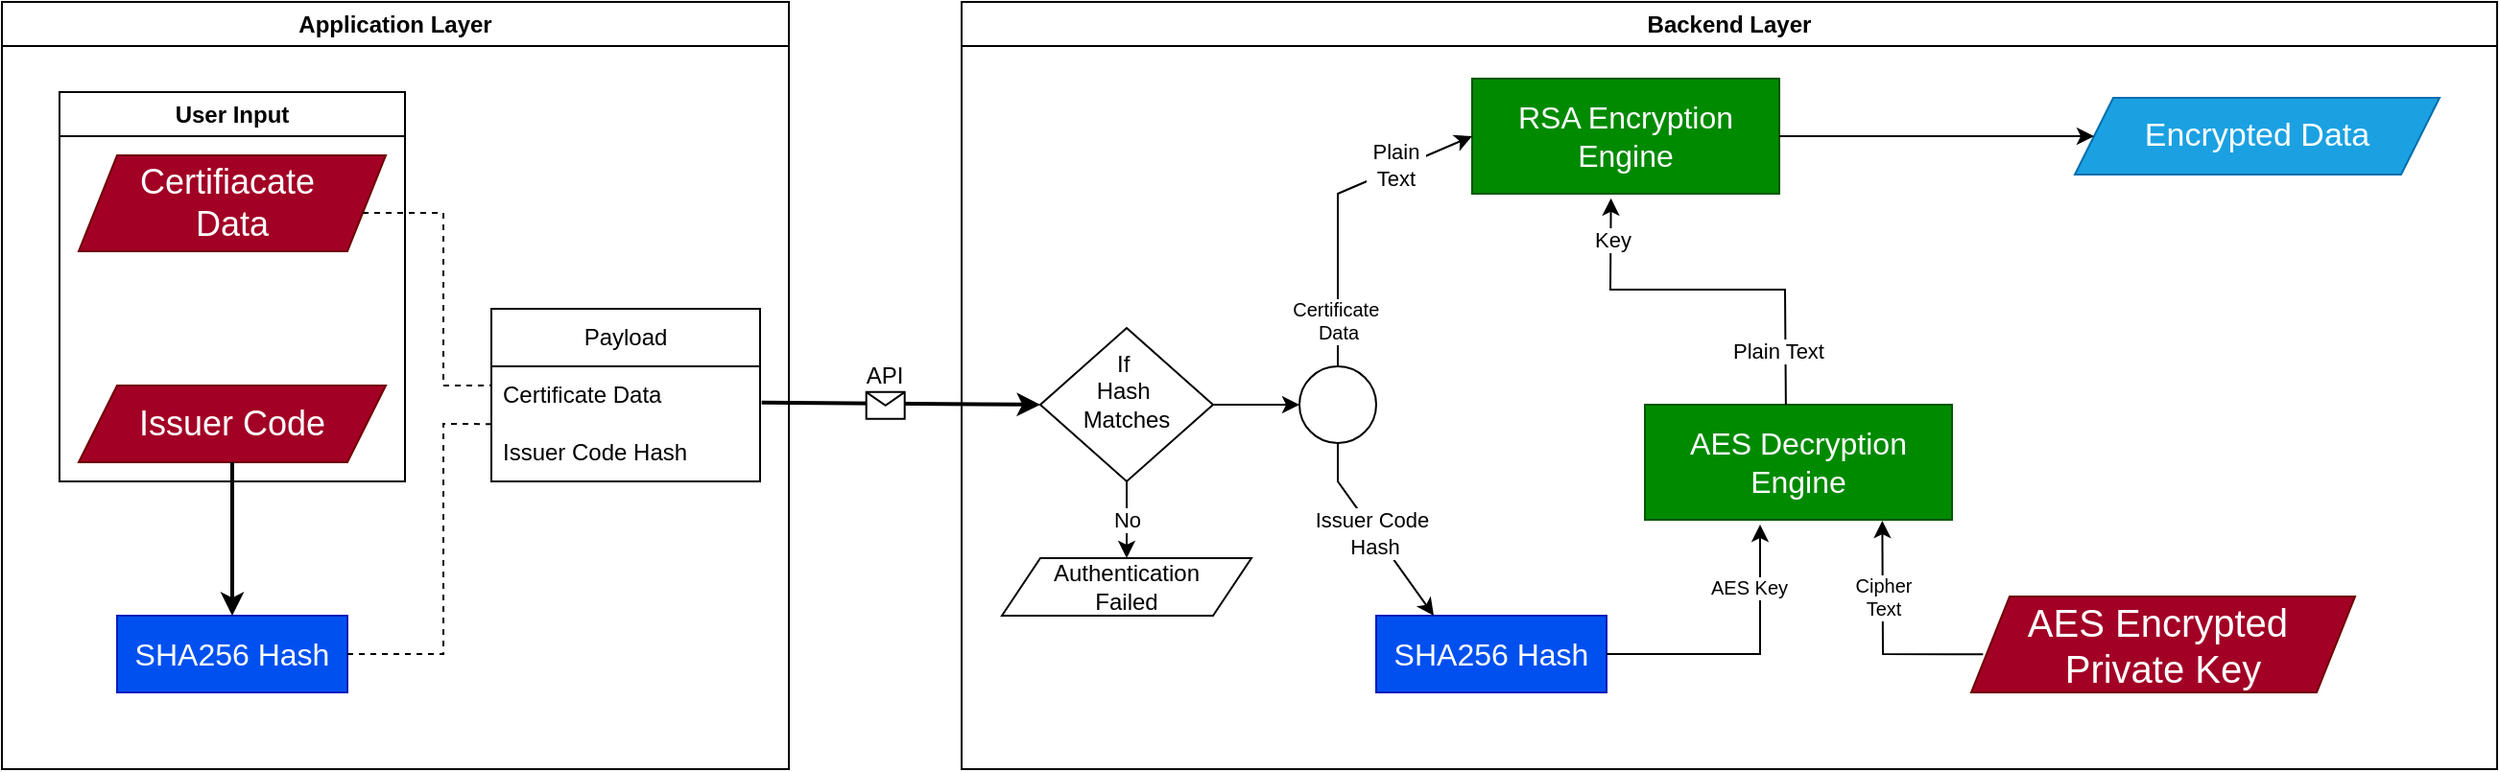
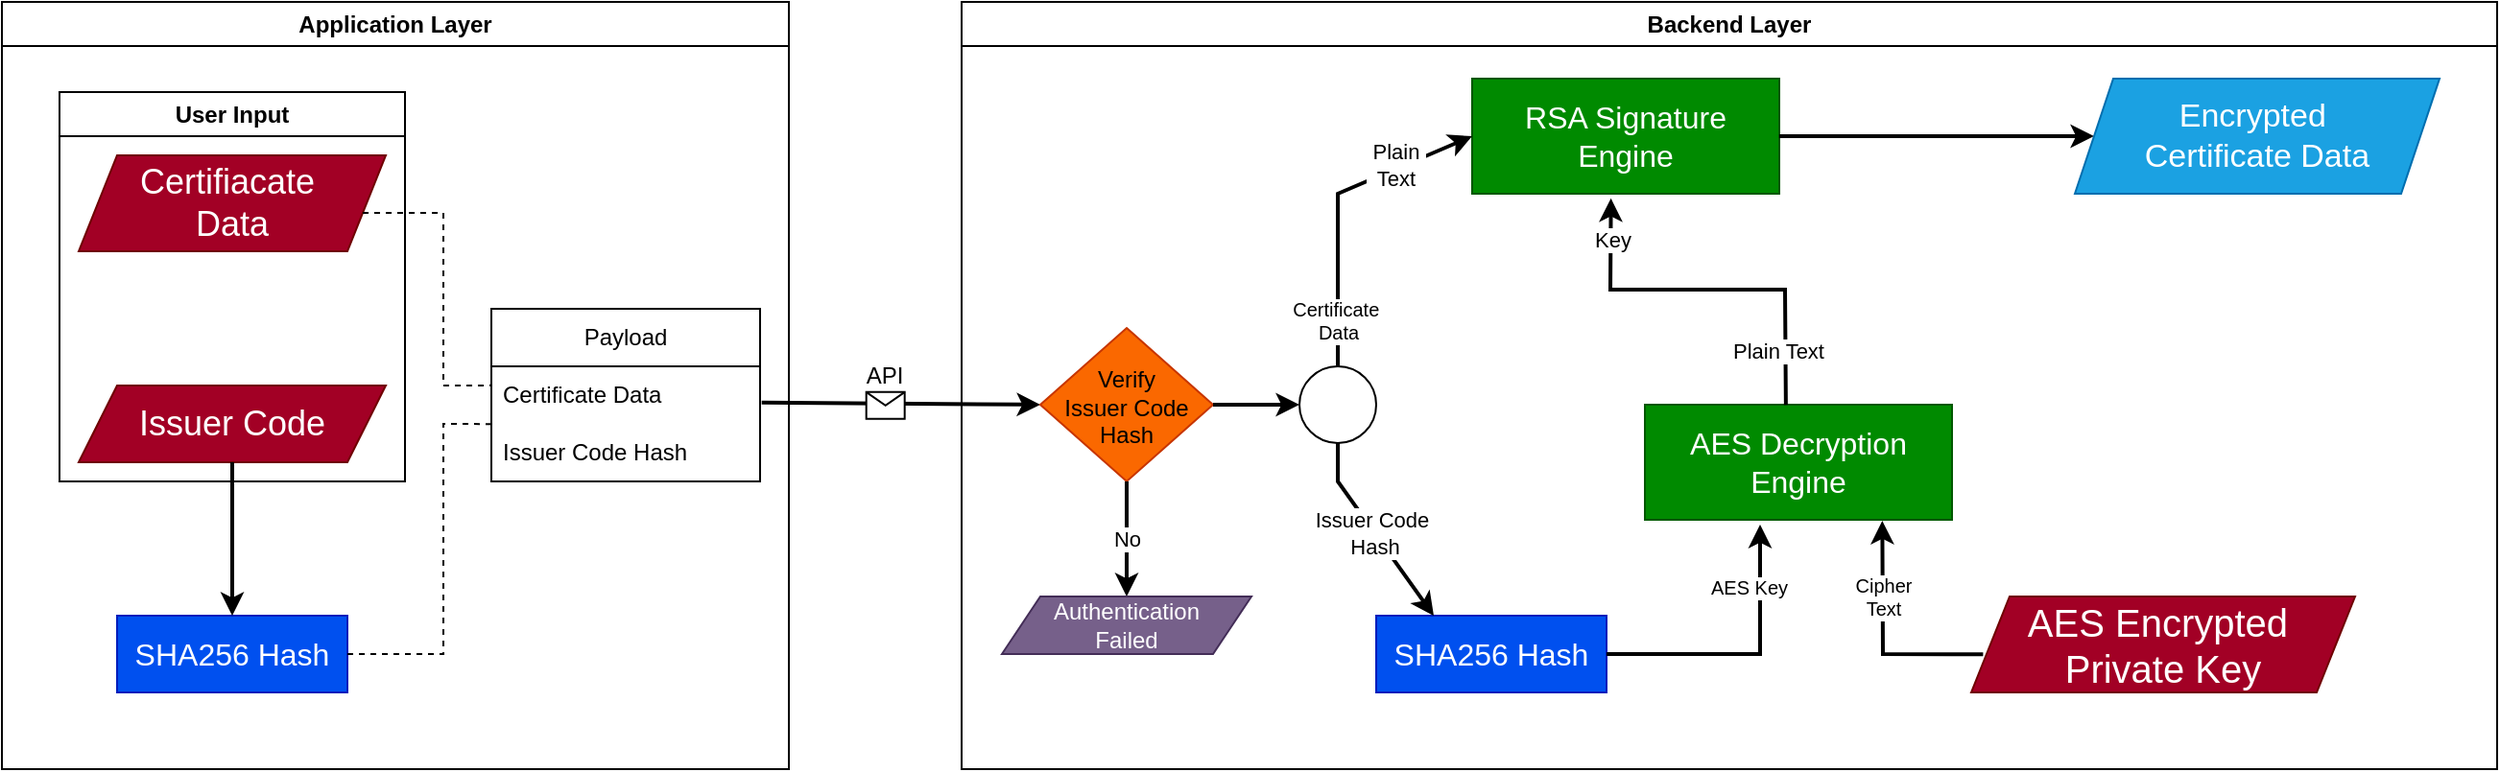
<mxfile host="app.diagrams.net">
  <diagram name="Page-1" id="N9L7ji4iCpVnkwVZpI6Y">
    <mxGraphModel dx="1363" dy="707" grid="1" gridSize="10" guides="1" tooltips="1" connect="1" arrows="1" fold="1" page="1" pageScale="1" pageWidth="850" pageHeight="1100" math="0" shadow="0">
      <root>
        <mxCell id="0" />
        <mxCell id="1" parent="0" />
        <mxCell id="EexKsB5XLEaJHyHk4xRm-2" parent="1" style="rounded=0;whiteSpace=wrap;html=1;fillColor=#0050ef;fontColor=#ffffff;strokeColor=#001DBC;" value="&lt;font style=&quot;font-size: 16px;&quot;&gt;SHA256 Hash&lt;/font&gt;" vertex="1">
          <mxGeometry height="40" width="120" x="80" y="440" as="geometry" />
        </mxCell>
-         <mxCell id="EexKsB5XLEaJHyHk4xRm-4" parent="1" style="shape=parallelogram;perimeter=parallelogramPerimeter;whiteSpace=wrap;html=1;fixedSize=1;fillColor=#1ba1e2;fontColor=#ffffff;strokeColor=#006EAF;" value="&lt;font style=&quot;font-size: 17px;&quot;&gt;Encrypted Data&lt;/font&gt;" vertex="1">
-           <mxGeometry height="40" width="190" x="1100" y="170" as="geometry" />
-         </mxCell>
-         <mxCell id="EexKsB5XLEaJHyHk4xRm-7" parent="1" style="rounded=0;whiteSpace=wrap;html=1;fillColor=#008a00;fontColor=#ffffff;strokeColor=#005700;" value="&lt;font style=&quot;font-size: 16px;&quot;&gt;RSA Encryption&lt;/font&gt;&lt;div&gt;&lt;font style=&quot;font-size: 16px;&quot;&gt;Engine&lt;/font&gt;&lt;/div&gt;" vertex="1">
+         <mxCell id="EexKsB5XLEaJHyHk4xRm-7" parent="1" style="rounded=0;whiteSpace=wrap;html=1;fillColor=#008a00;fontColor=#ffffff;strokeColor=#005700;" value="&lt;font style=&quot;font-size: 16px;&quot;&gt;RSA Signature&lt;/font&gt;&lt;div&gt;&lt;font style=&quot;font-size: 16px;&quot;&gt;Engine&lt;/font&gt;&lt;/div&gt;" vertex="1">
          <mxGeometry height="60" width="160" x="786" y="160" as="geometry" />
        </mxCell>
        <mxCell id="EexKsB5XLEaJHyHk4xRm-8" parent="1" style="rounded=0;whiteSpace=wrap;html=1;fillColor=#0050ef;fontColor=#ffffff;strokeColor=#001DBC;" value="&lt;font style=&quot;font-size: 16px;&quot;&gt;SHA256 Hash&lt;/font&gt;" vertex="1">
          <mxGeometry height="40" width="120" x="736" y="440" as="geometry" />
        </mxCell>
        <mxCell id="EexKsB5XLEaJHyHk4xRm-9" parent="1" style="rounded=0;whiteSpace=wrap;html=1;fillColor=#008a00;fontColor=#ffffff;strokeColor=#005700;" value="&lt;font style=&quot;font-size: 16px;&quot;&gt;AES Decryption&lt;/font&gt;&lt;div&gt;&lt;font style=&quot;font-size: 16px;&quot;&gt;Engine&lt;/font&gt;&lt;/div&gt;" vertex="1">
          <mxGeometry height="60" width="160" x="876" y="330" as="geometry" />
        </mxCell>
        <mxCell id="EexKsB5XLEaJHyHk4xRm-10" parent="1" style="shape=parallelogram;perimeter=parallelogramPerimeter;whiteSpace=wrap;html=1;fixedSize=1;fillColor=#a20025;fontColor=#ffffff;strokeColor=#6F0000;" value="&lt;font style=&quot;font-size: 20px;&quot;&gt;AES Encrypted&amp;nbsp;&lt;/font&gt;&lt;div&gt;&lt;font style=&quot;font-size: 20px;&quot;&gt;Private Key&lt;/font&gt;&lt;/div&gt;" vertex="1">
          <mxGeometry height="50" width="200" x="1046" y="430" as="geometry" />
        </mxCell>
        <mxCell id="EexKsB5XLEaJHyHk4xRm-11" parent="1" style="swimlane;whiteSpace=wrap;html=1;" value="User Input" vertex="1">
          <mxGeometry height="203" width="180" x="50" y="167" as="geometry" />
        </mxCell>
        <mxCell id="EexKsB5XLEaJHyHk4xRm-5" parent="EexKsB5XLEaJHyHk4xRm-11" style="shape=parallelogram;perimeter=parallelogramPerimeter;whiteSpace=wrap;html=1;fixedSize=1;fillColor=#a20025;fontColor=#ffffff;strokeColor=#6F0000;" value="&lt;font style=&quot;font-size: 18px;&quot;&gt;Certifiacate&amp;nbsp;&lt;/font&gt;&lt;div&gt;&lt;font style=&quot;font-size: 18px;&quot;&gt;Data&lt;/font&gt;&lt;/div&gt;" vertex="1">
          <mxGeometry height="50" width="160" x="10" y="33" as="geometry" />
        </mxCell>
        <mxCell id="EexKsB5XLEaJHyHk4xRm-1" parent="EexKsB5XLEaJHyHk4xRm-11" style="shape=parallelogram;perimeter=parallelogramPerimeter;whiteSpace=wrap;html=1;fixedSize=1;fillColor=#a20025;fontColor=#ffffff;strokeColor=#6F0000;" value="&lt;font style=&quot;font-size: 18px;&quot;&gt;Issuer Code&lt;/font&gt;" vertex="1">
          <mxGeometry height="40" width="160" x="10" y="153" as="geometry" />
        </mxCell>
        <mxCell id="EexKsB5XLEaJHyHk4xRm-12" parent="1" style="swimlane;whiteSpace=wrap;html=1;" value="Application Layer" vertex="1">
          <mxGeometry height="400" width="410" x="20" y="120" as="geometry" />
        </mxCell>
        <mxCell id="EexKsB5XLEaJHyHk4xRm-53" parent="EexKsB5XLEaJHyHk4xRm-12" style="swimlane;fontStyle=0;childLayout=stackLayout;horizontal=1;startSize=30;horizontalStack=0;resizeParent=1;resizeParentMax=0;resizeLast=0;collapsible=1;marginBottom=0;whiteSpace=wrap;html=1;" value="Payload" vertex="1">
          <mxGeometry height="90" width="140" x="255" y="160" as="geometry" />
        </mxCell>
        <mxCell id="EexKsB5XLEaJHyHk4xRm-54" parent="EexKsB5XLEaJHyHk4xRm-53" style="text;strokeColor=none;fillColor=none;align=left;verticalAlign=middle;spacingLeft=4;spacingRight=4;overflow=hidden;points=[[0,0.5],[1,0.5]];portConstraint=eastwest;rotatable=0;whiteSpace=wrap;html=1;" value="Certificate Data" vertex="1">
          <mxGeometry height="30" width="140" y="30" as="geometry" />
        </mxCell>
        <mxCell id="EexKsB5XLEaJHyHk4xRm-55" parent="EexKsB5XLEaJHyHk4xRm-53" style="text;strokeColor=none;fillColor=none;align=left;verticalAlign=middle;spacingLeft=4;spacingRight=4;overflow=hidden;points=[[0,0.5],[1,0.5]];portConstraint=eastwest;rotatable=0;whiteSpace=wrap;html=1;" value="Issuer Code Hash" vertex="1">
          <mxGeometry height="30" width="140" y="60" as="geometry" />
        </mxCell>
        <mxCell id="EexKsB5XLEaJHyHk4xRm-59" edge="1" parent="EexKsB5XLEaJHyHk4xRm-12" style="endArrow=none;dashed=1;html=1;rounded=0;entryX=0;entryY=0.003;entryDx=0;entryDy=0;entryPerimeter=0;" target="EexKsB5XLEaJHyHk4xRm-55" value="">
          <mxGeometry height="50" relative="1" width="50" as="geometry">
            <Array as="points">
              <mxPoint x="230" y="340" />
              <mxPoint x="230" y="220" />
            </Array>
            <mxPoint x="180" y="340" as="sourcePoint" />
            <mxPoint x="260" y="280" as="targetPoint" />
          </mxGeometry>
        </mxCell>
        <mxCell id="EexKsB5XLEaJHyHk4xRm-13" edge="1" parent="1" source="EexKsB5XLEaJHyHk4xRm-1" style="endArrow=classic;html=1;rounded=0;exitX=0.5;exitY=1;exitDx=0;exitDy=0;strokeWidth=2;" target="EexKsB5XLEaJHyHk4xRm-2" value="">
          <mxGeometry height="50" relative="1" width="50" as="geometry">
            <mxPoint x="200" y="380" as="sourcePoint" />
            <mxPoint x="250" y="330" as="targetPoint" />
          </mxGeometry>
        </mxCell>
-         <mxCell id="EexKsB5XLEaJHyHk4xRm-20" edge="1" parent="1" source="EexKsB5XLEaJHyHk4xRm-8" style="endArrow=classic;html=1;rounded=0;entryX=0.375;entryY=1.042;entryDx=0;entryDy=0;exitX=1;exitY=0.5;exitDx=0;exitDy=0;entryPerimeter=0;" target="EexKsB5XLEaJHyHk4xRm-9" value="">
+         <mxCell id="EexKsB5XLEaJHyHk4xRm-20" edge="1" parent="1" source="EexKsB5XLEaJHyHk4xRm-8" style="endArrow=classic;html=1;rounded=0;entryX=0.375;entryY=1.042;entryDx=0;entryDy=0;exitX=1;exitY=0.5;exitDx=0;exitDy=0;entryPerimeter=0;strokeWidth=2;" target="EexKsB5XLEaJHyHk4xRm-9" value="">
          <mxGeometry relative="1" as="geometry">
            <Array as="points">
              <mxPoint x="936" y="460" />
            </Array>
            <mxPoint x="866" y="463.04" as="sourcePoint" />
            <mxPoint x="932.9999999999999" y="409.9999999999999" as="targetPoint" />
          </mxGeometry>
        </mxCell>
        <mxCell id="EexKsB5XLEaJHyHk4xRm-21" connectable="0" parent="EexKsB5XLEaJHyHk4xRm-20" style="edgeLabel;resizable=0;html=1;;align=center;verticalAlign=middle;fontSize=10;" value="&amp;nbsp;AES Key&amp;nbsp;" vertex="1">
          <mxGeometry relative="1" as="geometry">
            <mxPoint y="-35" as="offset" />
          </mxGeometry>
        </mxCell>
-         <mxCell id="EexKsB5XLEaJHyHk4xRm-23" edge="1" parent="1" source="EexKsB5XLEaJHyHk4xRm-10" style="endArrow=classic;html=1;rounded=0;entryX=0.773;entryY=1.009;entryDx=0;entryDy=0;exitX=0.031;exitY=0.602;exitDx=0;exitDy=0;exitPerimeter=0;entryPerimeter=0;" target="EexKsB5XLEaJHyHk4xRm-9" value="">
+         <mxCell id="EexKsB5XLEaJHyHk4xRm-23" edge="1" parent="1" source="EexKsB5XLEaJHyHk4xRm-10" style="endArrow=classic;html=1;rounded=0;entryX=0.773;entryY=1.009;entryDx=0;entryDy=0;exitX=0.031;exitY=0.602;exitDx=0;exitDy=0;exitPerimeter=0;entryPerimeter=0;strokeWidth=2;" target="EexKsB5XLEaJHyHk4xRm-9" value="">
          <mxGeometry relative="1" as="geometry">
            <Array as="points">
              <mxPoint x="1000" y="460" />
            </Array>
            <mxPoint x="1006" y="460" as="sourcePoint" />
            <mxPoint x="1006" y="440" as="targetPoint" />
          </mxGeometry>
        </mxCell>
        <mxCell id="EexKsB5XLEaJHyHk4xRm-25" connectable="0" parent="EexKsB5XLEaJHyHk4xRm-23" style="edgeLabel;html=1;align=center;verticalAlign=middle;resizable=0;points=[];fontSize=10;" value="Cipher&lt;div&gt;Text&lt;/div&gt;" vertex="1">
          <mxGeometry relative="1" x="-0.0098" y="2" as="geometry">
            <mxPoint x="2" y="-22" as="offset" />
          </mxGeometry>
        </mxCell>
-         <mxCell id="EexKsB5XLEaJHyHk4xRm-43" edge="1" parent="1" source="EexKsB5XLEaJHyHk4xRm-9" style="endArrow=classic;html=1;rounded=0;exitX=0.459;exitY=0.001;exitDx=0;exitDy=0;entryX=0.452;entryY=1.04;entryDx=0;entryDy=0;exitPerimeter=0;entryPerimeter=0;" target="EexKsB5XLEaJHyHk4xRm-7" value="">
+         <mxCell id="EexKsB5XLEaJHyHk4xRm-43" edge="1" parent="1" source="EexKsB5XLEaJHyHk4xRm-9" style="endArrow=classic;html=1;rounded=0;exitX=0.459;exitY=0.001;exitDx=0;exitDy=0;entryX=0.452;entryY=1.04;entryDx=0;entryDy=0;exitPerimeter=0;entryPerimeter=0;strokeWidth=2;" target="EexKsB5XLEaJHyHk4xRm-7" value="">
          <mxGeometry relative="1" as="geometry">
            <Array as="points">
              <mxPoint x="949" y="270" />
              <mxPoint x="900" y="270" />
              <mxPoint x="858" y="270" />
            </Array>
            <mxPoint x="736" y="320" as="sourcePoint" />
            <mxPoint x="816" y="260" as="targetPoint" />
          </mxGeometry>
        </mxCell>
        <mxCell id="EexKsB5XLEaJHyHk4xRm-45" connectable="0" parent="EexKsB5XLEaJHyHk4xRm-43" style="edgeLabel;resizable=0;html=1;;align=left;verticalAlign=bottom;" value="Plain Text" vertex="1">
          <mxGeometry relative="1" x="-1" as="geometry">
            <mxPoint x="-29" y="-20" as="offset" />
          </mxGeometry>
        </mxCell>
        <mxCell id="EexKsB5XLEaJHyHk4xRm-46" connectable="0" parent="EexKsB5XLEaJHyHk4xRm-43" style="edgeLabel;resizable=0;html=1;;align=left;verticalAlign=bottom;" value="Key" vertex="1">
          <mxGeometry relative="1" x="1" as="geometry">
            <mxPoint x="-10" y="30" as="offset" />
          </mxGeometry>
        </mxCell>
-         <mxCell id="EexKsB5XLEaJHyHk4xRm-47" edge="1" parent="1" source="EexKsB5XLEaJHyHk4xRm-7" style="endArrow=classic;html=1;rounded=0;exitX=1;exitY=0.5;exitDx=0;exitDy=0;" target="EexKsB5XLEaJHyHk4xRm-4" value="">
+         <mxCell id="EexKsB5XLEaJHyHk4xRm-47" edge="1" parent="1" source="EexKsB5XLEaJHyHk4xRm-7" style="endArrow=classic;html=1;rounded=0;exitX=1;exitY=0.5;exitDx=0;exitDy=0;strokeWidth=2;" target="EexKsB5XLEaJHyHk4xRm-4" value="">
          <mxGeometry height="50" relative="1" width="50" as="geometry">
            <mxPoint x="776" y="170" as="sourcePoint" />
            <mxPoint x="826" y="120" as="targetPoint" />
          </mxGeometry>
        </mxCell>
        <mxCell id="EexKsB5XLEaJHyHk4xRm-58" edge="1" parent="1" source="EexKsB5XLEaJHyHk4xRm-5" style="endArrow=none;dashed=1;html=1;rounded=0;entryX=0.001;entryY=0.331;entryDx=0;entryDy=0;entryPerimeter=0;exitX=0.925;exitY=0.6;exitDx=0;exitDy=0;exitPerimeter=0;" target="EexKsB5XLEaJHyHk4xRm-54" value="">
          <mxGeometry height="50" relative="1" width="50" as="geometry">
            <Array as="points">
              <mxPoint x="250" y="230" />
              <mxPoint x="250" y="320" />
            </Array>
            <mxPoint x="210" y="230" as="sourcePoint" />
            <mxPoint x="270" y="320" as="targetPoint" />
          </mxGeometry>
        </mxCell>
        <mxCell id="EexKsB5XLEaJHyHk4xRm-60" edge="1" parent="1" source="EexKsB5XLEaJHyHk4xRm-54" style="endArrow=classic;html=1;rounded=0;exitX=1.006;exitY=0.629;exitDx=0;exitDy=0;exitPerimeter=0;strokeWidth=2;entryX=0;entryY=0.5;entryDx=0;entryDy=0;" target="EexKsB5XLEaJHyHk4xRm-68" value="">
          <mxGeometry relative="1" as="geometry">
            <mxPoint x="420" y="330" as="sourcePoint" />
            <mxPoint x="560" y="329" as="targetPoint" />
          </mxGeometry>
        </mxCell>
        <mxCell id="EexKsB5XLEaJHyHk4xRm-61" parent="EexKsB5XLEaJHyHk4xRm-60" style="shape=message;html=1;outlineConnect=0;" value="" vertex="1">
          <mxGeometry height="14" relative="1" width="20" as="geometry">
            <mxPoint x="-18" y="-6" as="offset" />
          </mxGeometry>
        </mxCell>
-         <mxCell id="EexKsB5XLEaJHyHk4xRm-63" parent="1" style="ellipse;whiteSpace=wrap;html=1;" value="" vertex="1">
-           <mxGeometry height="40" width="40" x="696" y="310" as="geometry" />
-         </mxCell>
-         <mxCell id="EexKsB5XLEaJHyHk4xRm-64" edge="1" parent="1" source="EexKsB5XLEaJHyHk4xRm-63" style="endArrow=classic;html=1;rounded=0;entryX=0;entryY=0.5;entryDx=0;entryDy=0;exitX=0.5;exitY=0;exitDx=0;exitDy=0;" target="EexKsB5XLEaJHyHk4xRm-7" value="">
+         <mxCell id="EexKsB5XLEaJHyHk4xRm-64" edge="1" parent="1" source="EexKsB5XLEaJHyHk4xRm-63" style="endArrow=classic;html=1;rounded=0;entryX=0;entryY=0.5;entryDx=0;entryDy=0;exitX=0.5;exitY=0;exitDx=0;exitDy=0;strokeWidth=2;" target="EexKsB5XLEaJHyHk4xRm-7" value="">
          <mxGeometry relative="1" as="geometry">
            <Array as="points">
              <mxPoint x="716" y="220" />
            </Array>
            <mxPoint x="596" y="280" as="sourcePoint" />
            <mxPoint x="766" y="230" as="targetPoint" />
          </mxGeometry>
        </mxCell>
        <mxCell id="EexKsB5XLEaJHyHk4xRm-65" connectable="0" parent="EexKsB5XLEaJHyHk4xRm-64" style="edgeLabel;resizable=0;html=1;;align=center;verticalAlign=middle;" value="&amp;nbsp;Plain&amp;nbsp;&lt;div&gt;Text&lt;/div&gt;" vertex="1">
          <mxGeometry relative="1" as="geometry">
            <mxPoint x="30" y="-22" as="offset" />
          </mxGeometry>
        </mxCell>
        <mxCell id="EexKsB5XLEaJHyHk4xRm-66" connectable="0" parent="EexKsB5XLEaJHyHk4xRm-64" style="edgeLabel;resizable=0;html=1;;align=center;verticalAlign=bottom;fontSize=10;" value="Certificate&amp;nbsp;&lt;div&gt;Data&lt;/div&gt;" vertex="1">
          <mxGeometry relative="1" x="-1" as="geometry">
            <mxPoint y="-10" as="offset" />
          </mxGeometry>
        </mxCell>
-         <mxCell id="EexKsB5XLEaJHyHk4xRm-68" parent="1" style="rhombus;whiteSpace=wrap;html=1;" value="If&amp;nbsp;&lt;div&gt;Hash&amp;nbsp;&lt;/div&gt;&lt;div&gt;Matches&lt;/div&gt;&lt;div&gt;&lt;br&gt;&lt;/div&gt;" vertex="1">
+         <mxCell id="EexKsB5XLEaJHyHk4xRm-68" parent="1" style="rhombus;whiteSpace=wrap;html=1;verticalAlign=bottom;fillColor=#fa6800;fontColor=#000000;strokeColor=#C73500;" value="Verify&lt;div&gt;Issuer Code&lt;/div&gt;&lt;div&gt;Hash&lt;/div&gt;&lt;div&gt;&lt;br&gt;&lt;/div&gt;" vertex="1">
          <mxGeometry height="80" width="90" x="561" y="290" as="geometry" />
        </mxCell>
        <mxCell id="EexKsB5XLEaJHyHk4xRm-69" parent="1" style="text;strokeColor=none;fillColor=none;align=center;verticalAlign=middle;spacingLeft=4;spacingRight=4;overflow=hidden;points=[[0,0.5],[1,0.5]];portConstraint=eastwest;rotatable=0;whiteSpace=wrap;html=1;" value="API" vertex="1">
          <mxGeometry height="30" width="40" x="460" y="300" as="geometry" />
        </mxCell>
-         <mxCell id="EexKsB5XLEaJHyHk4xRm-70" edge="1" parent="1" source="EexKsB5XLEaJHyHk4xRm-68" style="endArrow=classic;html=1;rounded=0;entryX=0;entryY=0.5;entryDx=0;entryDy=0;exitX=1;exitY=0.5;exitDx=0;exitDy=0;" target="EexKsB5XLEaJHyHk4xRm-63" value="">
+         <mxCell id="EexKsB5XLEaJHyHk4xRm-70" edge="1" parent="1" source="EexKsB5XLEaJHyHk4xRm-68" style="endArrow=classic;html=1;rounded=0;entryX=0;entryY=0.5;entryDx=0;entryDy=0;exitX=1;exitY=0.5;exitDx=0;exitDy=0;strokeWidth=2;" target="EexKsB5XLEaJHyHk4xRm-63" value="">
          <mxGeometry height="50" relative="1" width="50" as="geometry">
            <mxPoint x="556" y="390" as="sourcePoint" />
            <mxPoint x="606" y="340" as="targetPoint" />
          </mxGeometry>
        </mxCell>
-         <mxCell id="EexKsB5XLEaJHyHk4xRm-72" parent="1" style="shape=parallelogram;perimeter=parallelogramPerimeter;whiteSpace=wrap;html=1;fixedSize=1;" value="Authentication&lt;div&gt;Failed&lt;/div&gt;" vertex="1">
-           <mxGeometry height="30" width="130" x="541" y="410" as="geometry" />
-         </mxCell>
-         <mxCell id="EexKsB5XLEaJHyHk4xRm-73" edge="1" parent="1" source="EexKsB5XLEaJHyHk4xRm-68" style="endArrow=classic;html=1;rounded=0;entryX=0.5;entryY=0;entryDx=0;entryDy=0;exitX=0.5;exitY=1;exitDx=0;exitDy=0;" target="EexKsB5XLEaJHyHk4xRm-72" value="">
+         <mxCell id="EexKsB5XLEaJHyHk4xRm-73" edge="1" parent="1" source="EexKsB5XLEaJHyHk4xRm-68" style="endArrow=classic;html=1;rounded=0;entryX=0.5;entryY=0;entryDx=0;entryDy=0;exitX=0.5;exitY=1;exitDx=0;exitDy=0;strokeWidth=2;" target="EexKsB5XLEaJHyHk4xRm-72" value="">
          <mxGeometry relative="1" as="geometry">
            <mxPoint x="546" y="350" as="sourcePoint" />
            <mxPoint x="646" y="350" as="targetPoint" />
          </mxGeometry>
        </mxCell>
        <mxCell id="EexKsB5XLEaJHyHk4xRm-74" connectable="0" parent="EexKsB5XLEaJHyHk4xRm-73" style="edgeLabel;resizable=0;html=1;;align=center;verticalAlign=middle;" value="No" vertex="1">
          <mxGeometry relative="1" as="geometry">
            <mxPoint as="offset" />
          </mxGeometry>
        </mxCell>
-         <mxCell id="EexKsB5XLEaJHyHk4xRm-75" edge="1" parent="1" source="EexKsB5XLEaJHyHk4xRm-63" style="endArrow=classic;html=1;rounded=0;exitX=0.5;exitY=1;exitDx=0;exitDy=0;entryX=0.25;entryY=0;entryDx=0;entryDy=0;" target="EexKsB5XLEaJHyHk4xRm-8" value="">
+         <mxCell id="EexKsB5XLEaJHyHk4xRm-75" edge="1" parent="1" source="EexKsB5XLEaJHyHk4xRm-63" style="endArrow=classic;html=1;rounded=0;exitX=0.5;exitY=1;exitDx=0;exitDy=0;entryX=0.25;entryY=0;entryDx=0;entryDy=0;strokeWidth=2;" target="EexKsB5XLEaJHyHk4xRm-8" value="">
          <mxGeometry relative="1" as="geometry">
            <Array as="points">
              <mxPoint x="716" y="370" />
            </Array>
            <mxPoint x="796" y="370" as="sourcePoint" />
            <mxPoint x="896" y="370" as="targetPoint" />
          </mxGeometry>
        </mxCell>
        <mxCell id="EexKsB5XLEaJHyHk4xRm-76" connectable="0" parent="EexKsB5XLEaJHyHk4xRm-75" style="edgeLabel;resizable=0;html=1;;align=center;verticalAlign=middle;" value="Issuer Code&amp;nbsp;&lt;div&gt;Hash&lt;/div&gt;" vertex="1">
          <mxGeometry relative="1" as="geometry" />
        </mxCell>
        <mxCell id="EexKsB5XLEaJHyHk4xRm-78" parent="1" style="swimlane;whiteSpace=wrap;html=1;" value="Backend Layer" vertex="1">
          <mxGeometry height="400" width="800" x="520" y="120" as="geometry" />
+         </mxCell>
+         <mxCell id="EexKsB5XLEaJHyHk4xRm-72" parent="EexKsB5XLEaJHyHk4xRm-78" style="shape=parallelogram;perimeter=parallelogramPerimeter;whiteSpace=wrap;html=1;fixedSize=1;fillColor=#76608a;fontColor=#ffffff;strokeColor=#432D57;" value="Authentication&lt;div&gt;Failed&lt;/div&gt;" vertex="1">
+           <mxGeometry height="30" width="130" x="21" y="310" as="geometry" />
+         </mxCell>
+         <mxCell id="EexKsB5XLEaJHyHk4xRm-63" parent="EexKsB5XLEaJHyHk4xRm-78" style="ellipse;whiteSpace=wrap;html=1;" value="" vertex="1">
+           <mxGeometry height="40" width="40" x="176" y="190" as="geometry" />
+         </mxCell>
+         <mxCell id="EexKsB5XLEaJHyHk4xRm-4" parent="EexKsB5XLEaJHyHk4xRm-78" style="shape=parallelogram;perimeter=parallelogramPerimeter;whiteSpace=wrap;html=1;fixedSize=1;fillColor=#1ba1e2;fontColor=#ffffff;strokeColor=#006EAF;" value="&lt;font style=&quot;font-size: 17px;&quot;&gt;Encrypted&amp;nbsp;&lt;/font&gt;&lt;div&gt;&lt;font style=&quot;font-size: 17px;&quot;&gt;Certificate Data&lt;/font&gt;&lt;/div&gt;" vertex="1">
+           <mxGeometry height="60" width="190" x="580" y="40" as="geometry" />
        </mxCell>
      </root>
    </mxGraphModel>
  </diagram>
</mxfile>
